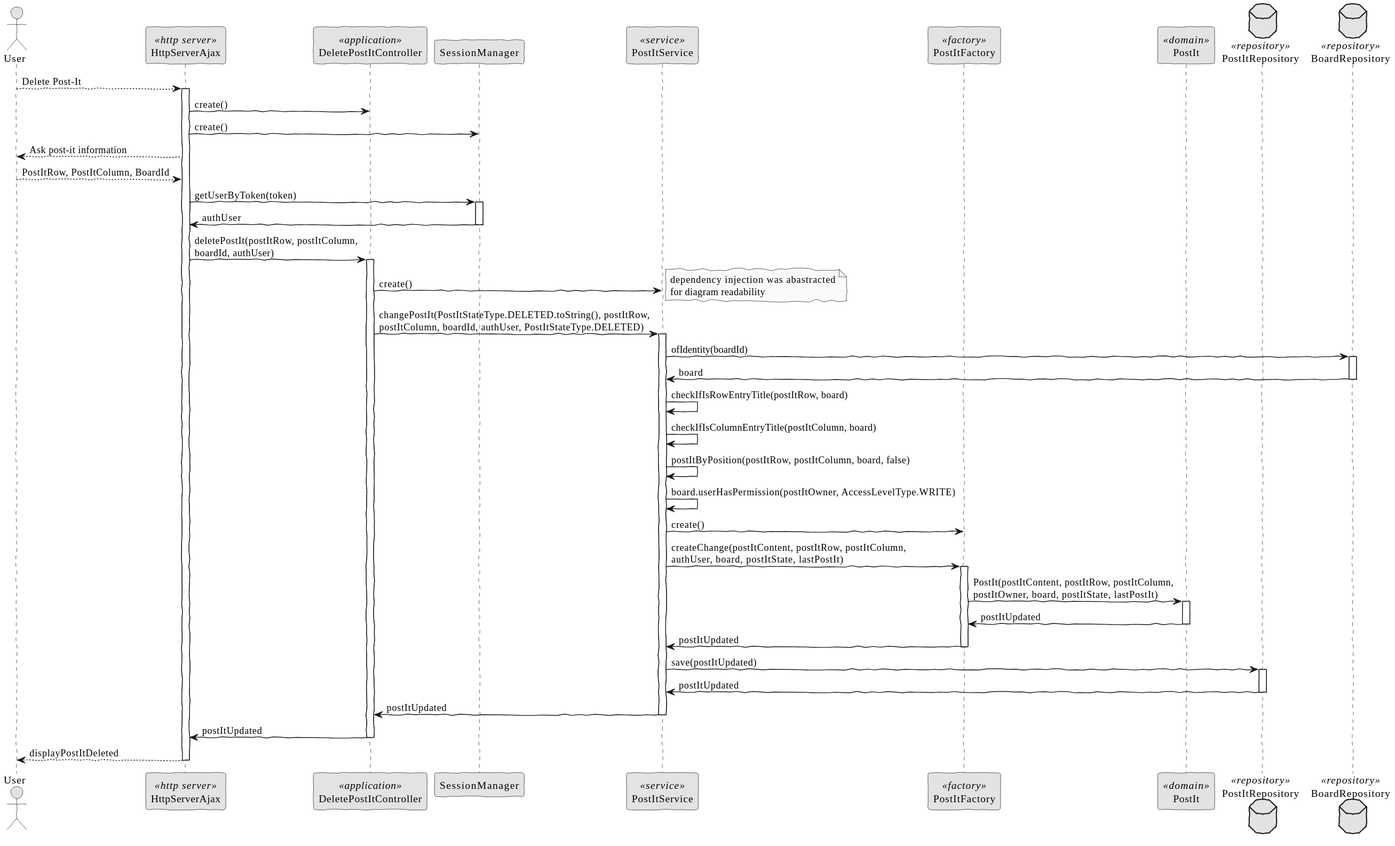
The PlantUML diagram docs/SPRINT C/US_3007/SD/DeletePostIt-SD.svg in brunacosta03/sem4pi_22_23, before a commit.
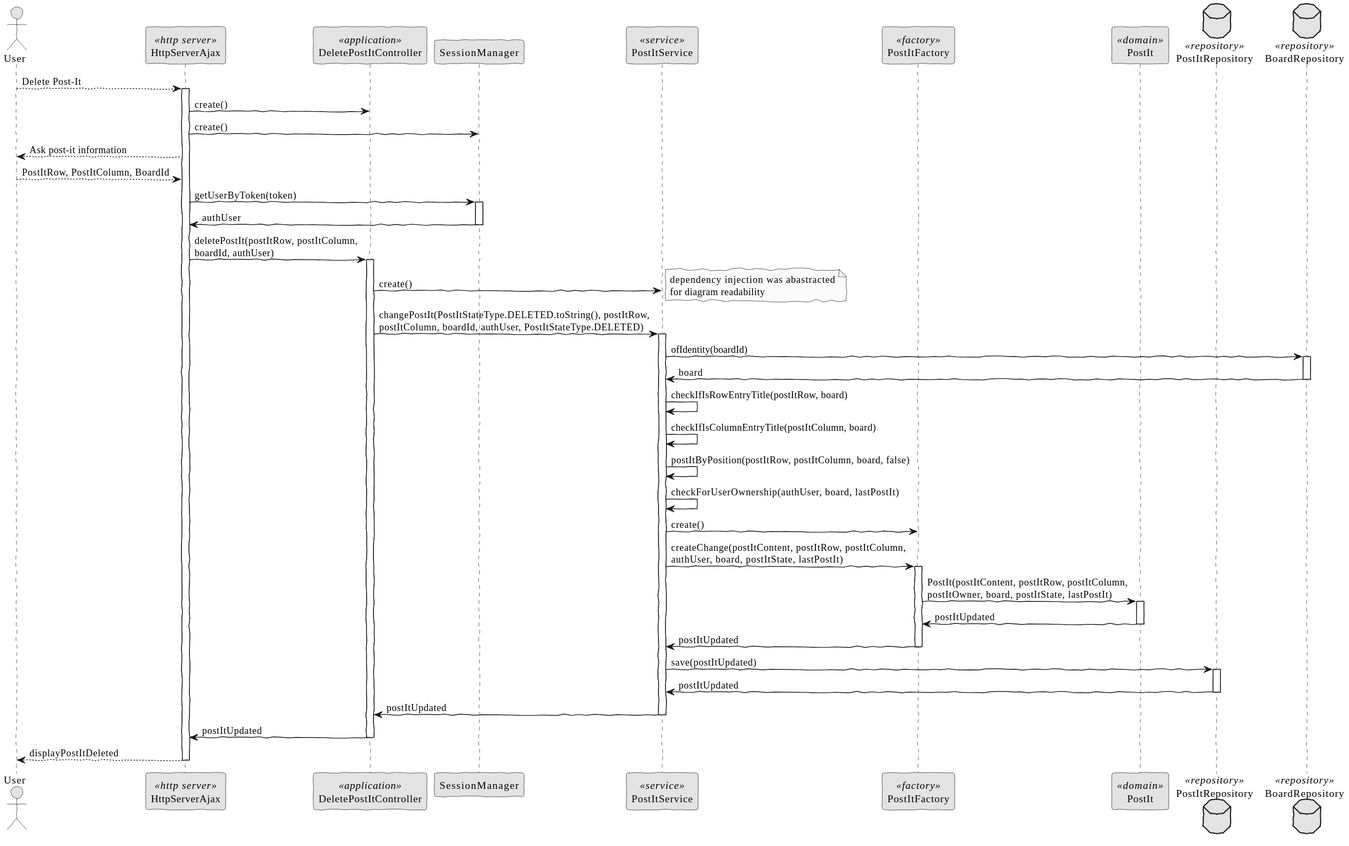
After the commit.

Change to the diagram source:
```diff
@@ -48,7 +48,7 @@
         Service -> Service: checkIfIsRowEntryTitle(postItRow, board)
         Service -> Service: checkIfIsColumnEntryTitle(postItColumn, board)
         Service -> Service: postItByPosition(postItRow, postItColumn, board, false)
-        Service -> Service: board.userHasPermission(postItOwner, AccessLevelType.WRITE)
+        Service -> Service: checkForUserOwnership(authUser, board, lastPostIt)
 
 
         Service -> PFactory: create()
```
